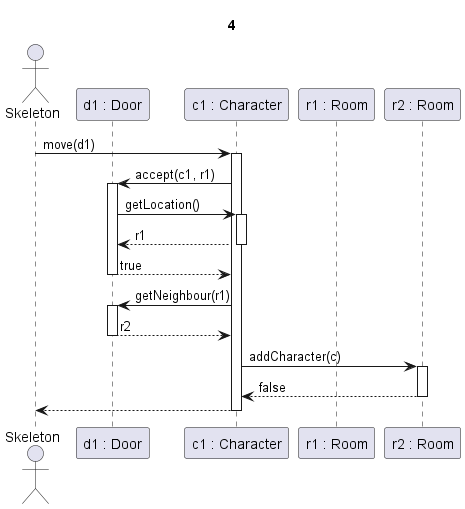
kipolaris/skyrimscriptsuttogok keeps this PlantUML diagram as partII_sequence diagrams/out/4/egyiranyu_ajto + sikertelen lépés.png. Above is the earlier version. The source it was exported from:
```plantuml
@startuml egyiranyu_ajto + sikertelen lépés

Title 4

actor Skeleton as sk
participant "d1 : Door" as d
participant "c1 : Character" as c
participant "r1 : Room" as r1
participant "r2 : Room" as r2

sk -> c ++: move(d1)

c->d ++: accept(c1, r1)
d->c ++: getLocation()
c-->d --: r1
d-->c --: true

c -> d ++: getNeighbour(r1)

d-->c --: r2

c->r2 ++: addCharacter(c)
return false

c-->sk --:

@enduml
```
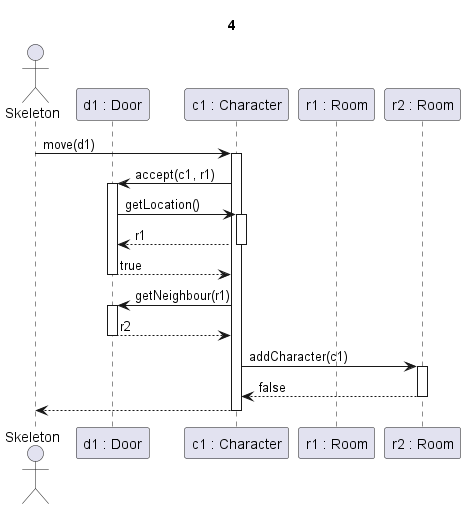
Above is the later version.

The edit, as a diff of the source:
```diff
@@ -19,7 +19,7 @@
 
 d-->c --: r2
 
-c->r2 ++: addCharacter(c)
+c->r2 ++: addCharacter(c1)
 return false
 
 c-->sk --:
```
